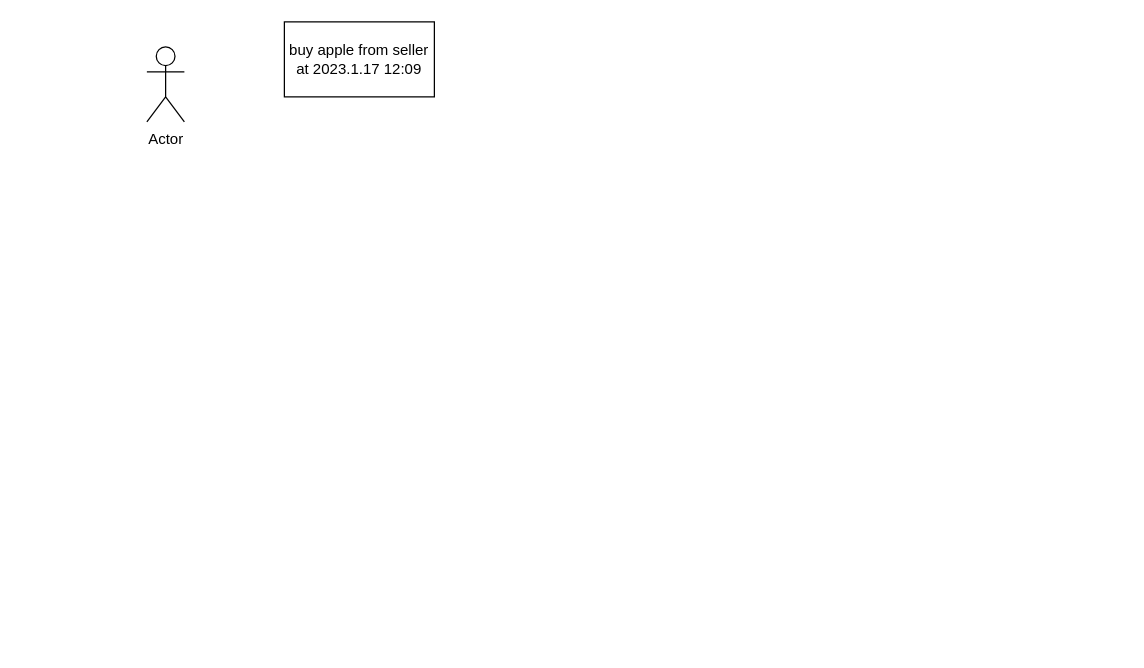
The draw.io diagram 未命名绘图.drawio in sunmiao0301/Public-Pic-Bed, before the edit. Source tidied: cells renumbered, new cells numbered last; positions are measured from the earlier drawing's top-left corner, leaving out a move shared by most shapes. Both pictures are drawn from the tidied source at 125%, with x=0, y=0 at pixel (146, 21). Pictures stored in the file or linked from it are replaced by grey dashed boxes.
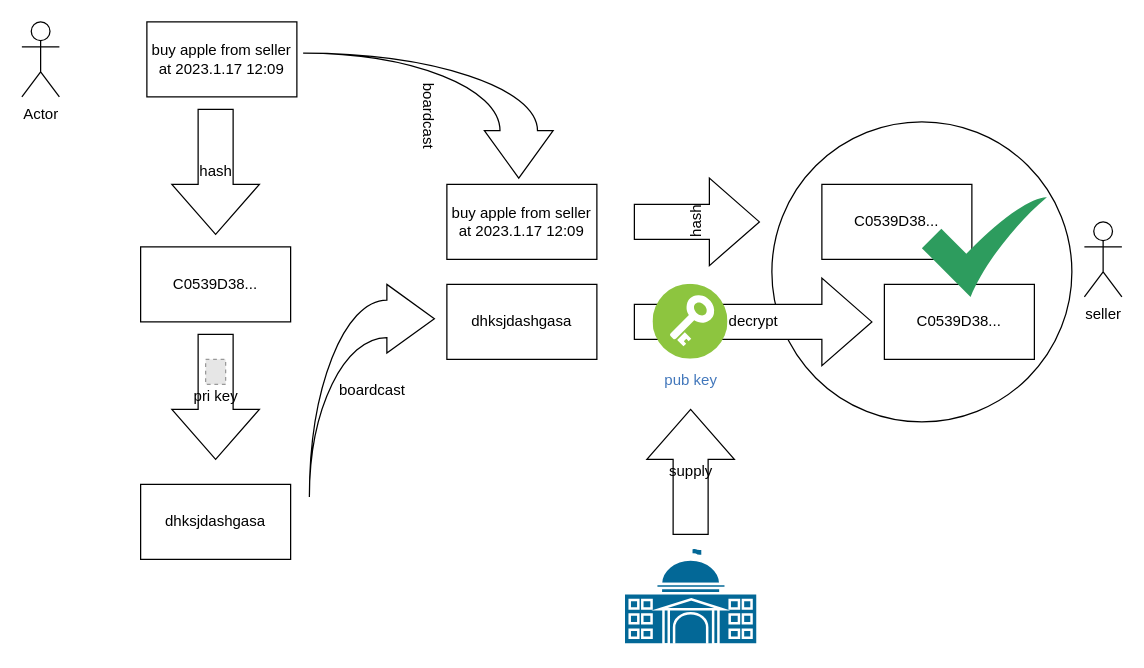
The same diagram, later.

Commit message:
更新未命名绘图.drawio

Change to the diagram source:
```diff
@@
+    <mxCell id="4" style="verticalLabelPosition=bottom;verticalAlign=top;html=1;shape=mxgraph.flowchart.on-page_reference;" parent="1" vertex="1">
+      <mxGeometry x="500" y="80" width="240" height="240" as="geometry" />
+    </mxCell>
     <mxCell id="2" value="Actor" style="shape=umlActor;verticalLabelPosition=bottom;verticalAlign=top;html=1;" parent="1" vertex="1">
-      <mxGeometry y="20" width="30" height="60" as="geometry" />
+      <mxGeometry x="-100" width="30" height="60" as="geometry" />
     </mxCell>
     <mxCell id="3" value="buy apple from seller at 2023.1.17 12:09" style="rounded=0;whiteSpace=wrap;html=1;" parent="1" vertex="1">
-      <mxGeometry x="110" width="120" height="60" as="geometry" />
+      <mxGeometry width="120" height="60" as="geometry" />
     </mxCell>
+    <mxCell id="5" value="hash" style="html=1;shadow=0;dashed=0;align=center;verticalAlign=middle;shape=mxgraph.arrows2.arrow;dy=0.6;dx=40;direction=south;notch=0;" parent="1" vertex="1">
+      <mxGeometry x="20" y="70" width="70" height="100" as="geometry" />
+    </mxCell>
+    <mxCell id="6" value="C0539D38..." style="rounded=0;whiteSpace=wrap;html=1;" parent="1" vertex="1">
+      <mxGeometry x="-5" y="180" width="120" height="60" as="geometry" />
+    </mxCell>
+    <mxCell id="7" value="pri key" style="html=1;shadow=0;dashed=0;align=center;verticalAlign=middle;shape=mxgraph.arrows2.arrow;dy=0.6;dx=40;direction=south;notch=0;" parent="1" vertex="1">
+      <mxGeometry x="20" y="250" width="70" height="100" as="geometry" />
+    </mxCell>
+    <mxCell id="8" style="fillColor=#E6E6E6;strokeColor=#999999;dashed=1;verticalLabelPosition=bottom;labelBackgroundColor=#ffffff;verticalAlign=top;" parent="1" vertex="1">
+      <mxGeometry x="47" y="270" width="16" height="20" as="geometry" />
+    </mxCell>
+    <mxCell id="9" value="dhksjdashgasa" style="rounded=0;whiteSpace=wrap;html=1;" parent="1" vertex="1">
+      <mxGeometry x="-5" y="370" width="120" height="60" as="geometry" />
+    </mxCell>
+    <mxCell id="10" value="boardcast" style="html=1;shadow=0;dashed=0;align=center;verticalAlign=middle;shape=mxgraph.arrows2.jumpInArrow;dy=15;dx=38;arrowHead=55;" parent="1" vertex="1">
+      <mxGeometry x="130" y="210" width="100" height="170" as="geometry" />
+    </mxCell>
+    <mxCell id="11" value="boardcast" style="html=1;shadow=0;dashed=0;align=center;verticalAlign=middle;shape=mxgraph.arrows2.jumpInArrow;dy=15;dx=38;arrowHead=55;rotation=90;" parent="1" vertex="1">
+      <mxGeometry x="175" y="-25" width="100" height="200" as="geometry" />
+    </mxCell>
+    <mxCell id="12" value="seller&lt;br&gt;" style="shape=umlActor;verticalLabelPosition=bottom;verticalAlign=top;html=1;" parent="1" vertex="1">
+      <mxGeometry x="750" y="160" width="30" height="60" as="geometry" />
+    </mxCell>
+    <mxCell id="13" value="buy apple from seller at 2023.1.17 12:09" style="rounded=0;whiteSpace=wrap;html=1;" parent="1" vertex="1">
+      <mxGeometry x="240" y="130" width="120" height="60" as="geometry" />
+    </mxCell>
+    <mxCell id="14" value="dhksjdashgasa" style="rounded=0;whiteSpace=wrap;html=1;" parent="1" vertex="1">
+      <mxGeometry x="240" y="210" width="120" height="60" as="geometry" />
+    </mxCell>
+    <mxCell id="15" style="shape=mxgraph.cisco.buildings.government_building;html=1;dashed=0;fillColor=#036897;strokeColor=#ffffff;strokeWidth=2;verticalLabelPosition=bottom;verticalAlign=top;align=center;" parent="1" vertex="1">
+      <mxGeometry x="381.5" y="420" width="107" height="78" as="geometry" />
+    </mxCell>
+    <mxCell id="16" value="supply" style="html=1;shadow=0;dashed=0;align=center;verticalAlign=middle;shape=mxgraph.arrows2.arrow;dy=0.6;dx=40;direction=north;notch=0;" parent="1" vertex="1">
+      <mxGeometry x="400" y="310" width="70" height="100" as="geometry" />
+    </mxCell>
+    <mxCell id="17" value="decrypt" style="html=1;shadow=0;dashed=0;align=center;verticalAlign=middle;shape=mxgraph.arrows2.arrow;dy=0.6;dx=40;notch=0;" parent="1" vertex="1">
+      <mxGeometry x="390" y="205" width="190" height="70" as="geometry" />
+    </mxCell>
+    <mxCell id="18" value="pub key&lt;br&gt;" style="perimeter=ellipsePerimeter;html=1;align=center;shadow=0;dashed=0;fontColor=#4277BB;labelBackgroundColor=#ffffff;fontSize=12;spacingTop=3;image;image=img/lib/ibm/vpc/Key.svg;" parent="1" vertex="1">
+      <mxGeometry x="405" y="210" width="60" height="60" as="geometry" />
+    </mxCell>
+    <mxCell id="19" value="C0539D38..." style="rounded=0;whiteSpace=wrap;html=1;" parent="1" vertex="1">
+      <mxGeometry x="590" y="210" width="120" height="60" as="geometry" />
+    </mxCell>
+    <mxCell id="20" value="hash" style="html=1;shadow=0;dashed=0;align=center;verticalAlign=middle;shape=mxgraph.arrows2.arrow;dy=0.6;dx=40;direction=south;notch=0;rotation=-90;" parent="1" vertex="1">
+      <mxGeometry x="405" y="110" width="70" height="100" as="geometry" />
+    </mxCell>
+    <mxCell id="21" value="C0539D38..." style="rounded=0;whiteSpace=wrap;html=1;" parent="1" vertex="1">
+      <mxGeometry x="540" y="130" width="120" height="60" as="geometry" />
+    </mxCell>
+    <mxCell id="22" style="sketch=0;html=1;strokeColor=none;shadow=0;align=center;verticalAlign=top;fillColor=#2D9C5E;shape=mxgraph.gcp2.check;" parent="1" vertex="1">
+      <mxGeometry x="620" y="140" width="100" height="80" as="geometry" />
+    </mxCell>
```
